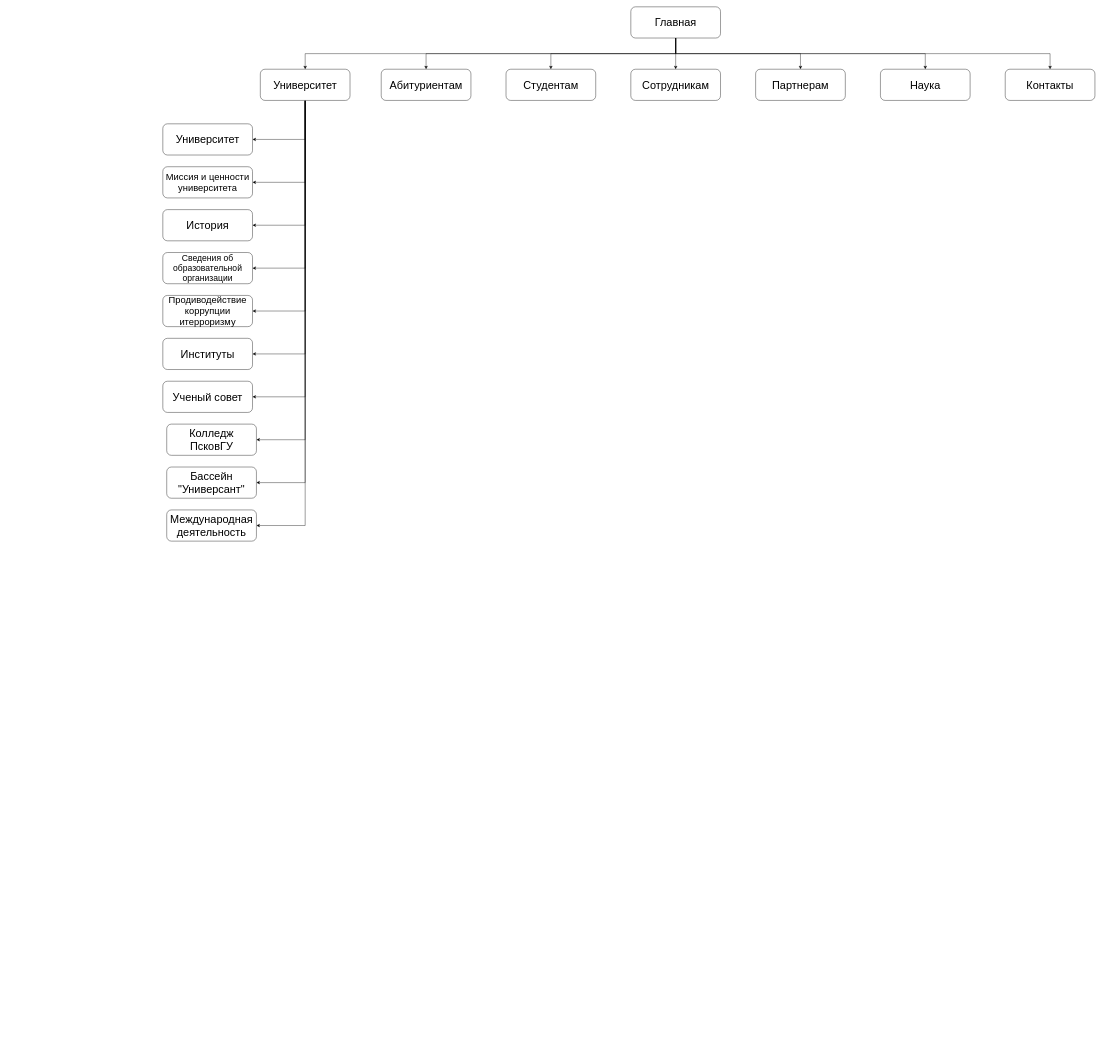
The draw.io diagram Диаграмма без названия.drawio in maestro089/reactjs-main, before the edit. Source tidied: cells renumbered, new cells numbered last; positions are measured from the earlier drawing's top-left corner, leaving out a move shared by most shapes. Both pictures are drawn from the tidied source at 39%, with x=0, y=0 at pixel (163, 7).
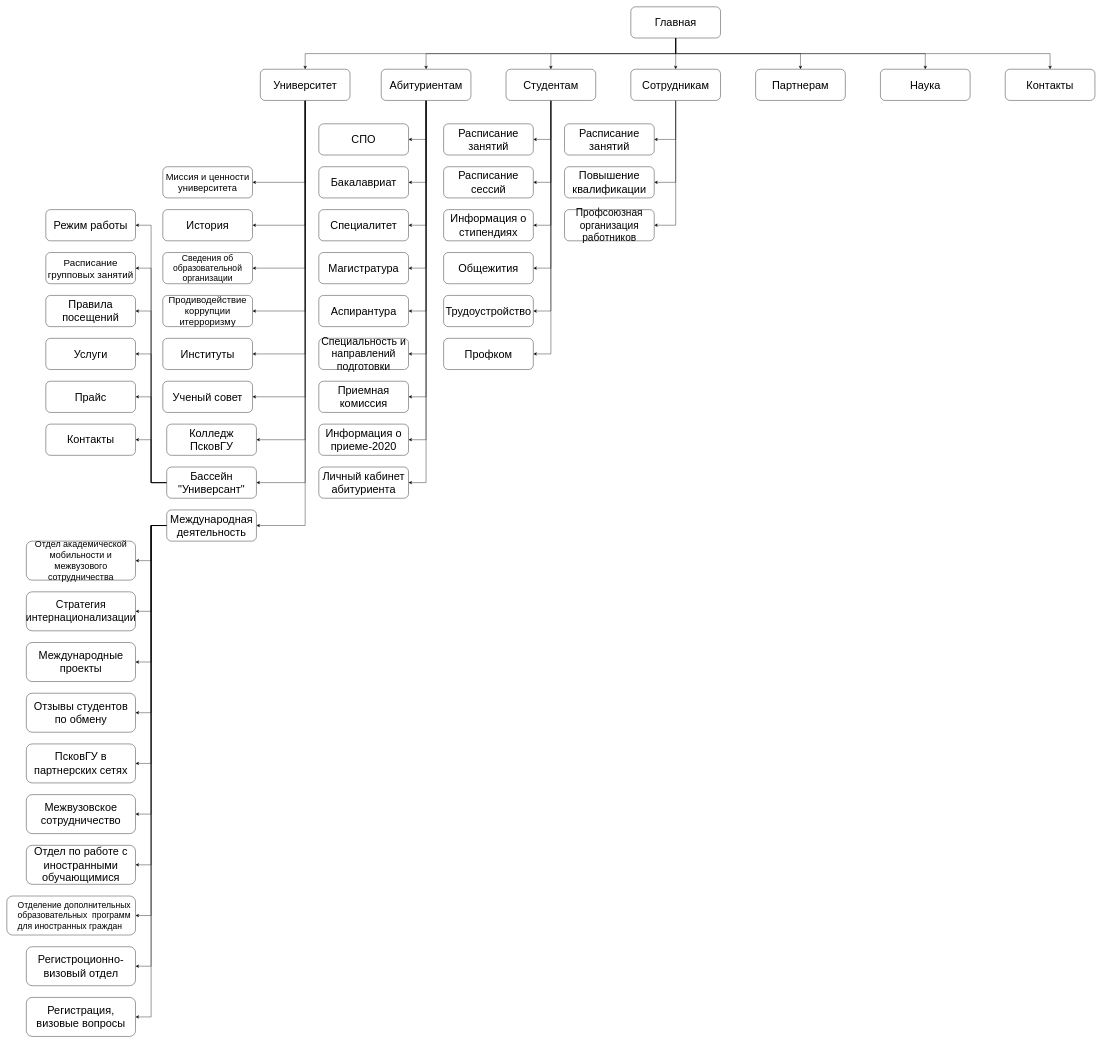
After the change.

The change refers to these unchanged cells:
```xml
<mxCell id="10" value="&lt;font style=&quot;font-size: 28px;&quot;&gt;Абитуриентам&lt;/font&gt;" style="rounded=1;whiteSpace=wrap;html=1;" parent="1" vertex="1">
  <mxGeometry x="560" y="160" width="230" height="80" as="geometry" />
</mxCell>
<mxCell id="11" value="&lt;font style=&quot;font-size: 28px;&quot;&gt;Студентам&lt;/font&gt;" style="rounded=1;whiteSpace=wrap;html=1;" parent="1" vertex="1">
  <mxGeometry x="880" y="160" width="230" height="80" as="geometry" />
</mxCell>
<mxCell id="12" value="&lt;font style=&quot;font-size: 28px;&quot;&gt;Сотрудникам&lt;/font&gt;" style="rounded=1;whiteSpace=wrap;html=1;" parent="1" vertex="1">
  <mxGeometry x="1200" y="160" width="230" height="80" as="geometry" />
</mxCell>
<mxCell id="26" value="&lt;font style=&quot;font-size: 28px;&quot;&gt;Университет&lt;/font&gt;" style="rounded=1;whiteSpace=wrap;html=1;" parent="1" vertex="1">
  <mxGeometry x="250" y="160" width="230" height="80" as="geometry" />
</mxCell>
<mxCell id="35" value="&lt;font style=&quot;font-size: 28px;&quot;&gt;Бассейн &quot;Универсант&quot;&lt;/font&gt;" style="rounded=1;whiteSpace=wrap;html=1;" parent="1" vertex="1">
  <mxGeometry x="10" y="1180" width="230" height="80" as="geometry" />
</mxCell>
<mxCell id="36" value="&lt;font style=&quot;font-size: 28px;&quot;&gt;Международная деятельность&lt;/font&gt;" style="rounded=1;whiteSpace=wrap;html=1;" parent="1" vertex="1">
  <mxGeometry x="10" y="1290" width="230" height="80" as="geometry" />
</mxCell>
```

Diff of the diagram source:
```diff
@@
+    <mxCell id="37" style="edgeStyle=orthogonalEdgeStyle;rounded=0;jettySize=auto;html=1;exitX=0.5;exitY=1;exitDx=0;exitDy=0;entryX=1;entryY=0.5;entryDx=0;entryDy=0;fontFamily=Helvetica;fontSize=27;fontColor=#000000;" parent="1" edge="1" source="10" target="95">
+      <mxGeometry relative="1" as="geometry" />
+    </mxCell>
+    <mxCell id="38" style="edgeStyle=orthogonalEdgeStyle;rounded=0;jettySize=auto;html=1;exitX=0.5;exitY=1;exitDx=0;exitDy=0;entryX=1;entryY=0.5;entryDx=0;entryDy=0;fontFamily=Helvetica;fontSize=27;fontColor=#000000;" parent="1" edge="1" source="10" target="94">
+      <mxGeometry relative="1" as="geometry" />
+    </mxCell>
+    <mxCell id="39" style="edgeStyle=orthogonalEdgeStyle;rounded=0;jettySize=auto;html=1;exitX=0.5;exitY=1;exitDx=0;exitDy=0;entryX=1;entryY=0.5;entryDx=0;entryDy=0;fontFamily=Helvetica;fontSize=27;fontColor=#000000;" parent="1" edge="1" source="10" target="93">
+      <mxGeometry relative="1" as="geometry" />
+    </mxCell>
+    <mxCell id="40" style="edgeStyle=orthogonalEdgeStyle;rounded=0;jettySize=auto;html=1;exitX=0.5;exitY=1;exitDx=0;exitDy=0;entryX=1;entryY=0.5;entryDx=0;entryDy=0;fontFamily=Helvetica;fontSize=27;fontColor=#000000;" parent="1" edge="1" source="10" target="92">
+      <mxGeometry relative="1" as="geometry" />
+    </mxCell>
+    <mxCell id="41" style="edgeStyle=orthogonalEdgeStyle;rounded=0;jettySize=auto;html=1;exitX=0.5;exitY=1;exitDx=0;exitDy=0;entryX=1;entryY=0.5;entryDx=0;entryDy=0;fontFamily=Helvetica;fontSize=27;fontColor=#000000;" parent="1" edge="1" source="10" target="91">
+      <mxGeometry relative="1" as="geometry" />
+    </mxCell>
+    <mxCell id="42" style="edgeStyle=orthogonalEdgeStyle;rounded=0;jettySize=auto;html=1;exitX=0.5;exitY=1;exitDx=0;exitDy=0;entryX=1;entryY=0.5;entryDx=0;entryDy=0;fontFamily=Helvetica;fontSize=27;fontColor=#000000;" parent="1" edge="1" source="10" target="90">
+      <mxGeometry relative="1" as="geometry" />
+    </mxCell>
+    <mxCell id="43" style="edgeStyle=orthogonalEdgeStyle;rounded=0;jettySize=auto;html=1;exitX=0.5;exitY=1;exitDx=0;exitDy=0;entryX=1;entryY=0.5;entryDx=0;entryDy=0;fontFamily=Helvetica;fontSize=27;fontColor=#000000;" parent="1" edge="1" source="10" target="89">
+      <mxGeometry relative="1" as="geometry" />
+    </mxCell>
+    <mxCell id="44" style="edgeStyle=orthogonalEdgeStyle;rounded=0;jettySize=auto;html=1;exitX=0.5;exitY=1;exitDx=0;exitDy=0;entryX=1;entryY=0.5;entryDx=0;entryDy=0;fontFamily=Helvetica;fontSize=27;fontColor=#000000;" parent="1" edge="1" source="10" target="87">
+      <mxGeometry relative="1" as="geometry" />
+    </mxCell>
+    <mxCell id="45" style="edgeStyle=orthogonalEdgeStyle;rounded=0;jettySize=auto;html=1;exitX=0.5;exitY=1;exitDx=0;exitDy=0;entryX=1;entryY=0.5;entryDx=0;entryDy=0;fontFamily=Helvetica;fontSize=27;fontColor=#000000;" parent="1" edge="1" source="10" target="88">
+      <mxGeometry relative="1" as="geometry" />
+    </mxCell>
@@
+    <mxCell id="46" style="edgeStyle=orthogonalEdgeStyle;rounded=0;jettySize=auto;html=1;exitX=0.5;exitY=1;exitDx=0;exitDy=0;entryX=1;entryY=0.5;entryDx=0;entryDy=0;fontFamily=Helvetica;fontSize=27;fontColor=#000000;" parent="1" edge="1" source="11" target="101">
+      <mxGeometry relative="1" as="geometry" />
+    </mxCell>
+    <mxCell id="47" style="edgeStyle=orthogonalEdgeStyle;rounded=0;jettySize=auto;html=1;exitX=0.5;exitY=1;exitDx=0;exitDy=0;entryX=1;entryY=0.5;entryDx=0;entryDy=0;fontFamily=Helvetica;fontSize=27;fontColor=#000000;" parent="1" edge="1" source="11" target="100">
+      <mxGeometry relative="1" as="geometry" />
+    </mxCell>
+    <mxCell id="48" style="edgeStyle=orthogonalEdgeStyle;rounded=0;jettySize=auto;html=1;exitX=0.5;exitY=1;exitDx=0;exitDy=0;entryX=1;entryY=0.5;entryDx=0;entryDy=0;fontFamily=Helvetica;fontSize=27;fontColor=#000000;" parent="1" edge="1" source="11" target="99">
+      <mxGeometry relative="1" as="geometry" />
+    </mxCell>
+    <mxCell id="49" style="edgeStyle=orthogonalEdgeStyle;rounded=0;jettySize=auto;html=1;exitX=0.5;exitY=1;exitDx=0;exitDy=0;entryX=1;entryY=0.5;entryDx=0;entryDy=0;fontFamily=Helvetica;fontSize=27;fontColor=#000000;" parent="1" edge="1" source="11" target="98">
+      <mxGeometry relative="1" as="geometry" />
+    </mxCell>
+    <mxCell id="50" style="edgeStyle=orthogonalEdgeStyle;rounded=0;jettySize=auto;html=1;exitX=0.5;exitY=1;exitDx=0;exitDy=0;entryX=1;entryY=0.5;entryDx=0;entryDy=0;fontFamily=Helvetica;fontSize=27;fontColor=#000000;" parent="1" edge="1" source="11" target="97">
+      <mxGeometry relative="1" as="geometry" />
+    </mxCell>
+    <mxCell id="51" style="edgeStyle=orthogonalEdgeStyle;rounded=0;jettySize=auto;html=1;exitX=0.5;exitY=1;exitDx=0;exitDy=0;entryX=1;entryY=0.5;entryDx=0;entryDy=0;fontFamily=Helvetica;fontSize=27;fontColor=#000000;" parent="1" edge="1" source="11" target="96">
+      <mxGeometry relative="1" as="geometry" />
+    </mxCell>
@@
+    <mxCell id="52" style="edgeStyle=orthogonalEdgeStyle;rounded=0;jettySize=auto;html=1;exitX=0.5;exitY=1;exitDx=0;exitDy=0;entryX=1;entryY=0.5;entryDx=0;entryDy=0;fontFamily=Helvetica;fontSize=26;fontColor=#000000;" parent="1" edge="1" source="12" target="104">
+      <mxGeometry relative="1" as="geometry" />
+    </mxCell>
+    <mxCell id="53" style="edgeStyle=orthogonalEdgeStyle;rounded=0;jettySize=auto;html=1;exitX=0.5;exitY=1;exitDx=0;exitDy=0;entryX=1;entryY=0.5;entryDx=0;entryDy=0;fontFamily=Helvetica;fontSize=26;fontColor=#000000;" parent="1" edge="1" source="12" target="103">
+      <mxGeometry relative="1" as="geometry" />
+    </mxCell>
+    <mxCell id="54" style="edgeStyle=orthogonalEdgeStyle;rounded=0;jettySize=auto;html=1;exitX=0.5;exitY=1;exitDx=0;exitDy=0;entryX=1;entryY=0.5;entryDx=0;entryDy=0;fontFamily=Helvetica;fontSize=26;fontColor=#000000;" parent="1" edge="1" source="12" target="102">
+      <mxGeometry relative="1" as="geometry" />
+    </mxCell>
@@
-    <mxCell id="25" style="edgeStyle=orthogonalEdgeStyle;rounded=0;jettySize=auto;html=1;exitX=0.5;exitY=1;exitDx=0;exitDy=0;entryX=1;entryY=0.5;entryDx=0;entryDy=0;fontSize=24;" parent="1" edge="1" source="26" target="27">
-      <mxGeometry relative="1" as="geometry" />
-    </mxCell>
@@
-    <mxCell id="27" value="&lt;font style=&quot;font-size: 28px;&quot;&gt;Университет&lt;/font&gt;" style="rounded=1;whiteSpace=wrap;html=1;" parent="1" vertex="1">
-      <mxGeometry y="300" width="230" height="80" as="geometry" />
-    </mxCell>
@@
+    <mxCell id="55" style="edgeStyle=orthogonalEdgeStyle;rounded=0;jettySize=auto;html=1;exitX=0;exitY=0.5;exitDx=0;exitDy=0;entryX=1;entryY=0.5;entryDx=0;entryDy=0;fontSize=25;" parent="1" edge="1" source="35" target="76">
+      <mxGeometry relative="1" as="geometry" />
+    </mxCell>
+    <mxCell id="56" style="edgeStyle=orthogonalEdgeStyle;rounded=0;jettySize=auto;html=1;exitX=0;exitY=0.5;exitDx=0;exitDy=0;entryX=1;entryY=0.5;entryDx=0;entryDy=0;fontSize=25;" parent="1" edge="1" source="35" target="75">
+      <mxGeometry relative="1" as="geometry" />
+    </mxCell>
+    <mxCell id="57" style="edgeStyle=orthogonalEdgeStyle;rounded=0;jettySize=auto;html=1;exitX=0;exitY=0.5;exitDx=0;exitDy=0;entryX=1;entryY=0.5;entryDx=0;entryDy=0;fontSize=25;" parent="1" edge="1" source="35" target="74">
+      <mxGeometry relative="1" as="geometry" />
+    </mxCell>
+    <mxCell id="58" style="edgeStyle=orthogonalEdgeStyle;rounded=0;jettySize=auto;html=1;exitX=0;exitY=0.5;exitDx=0;exitDy=0;entryX=1;entryY=0.5;entryDx=0;entryDy=0;fontSize=25;" parent="1" edge="1" source="35" target="73">
+      <mxGeometry relative="1" as="geometry" />
+    </mxCell>
+    <mxCell id="59" style="edgeStyle=orthogonalEdgeStyle;rounded=0;jettySize=auto;html=1;exitX=0;exitY=0.5;exitDx=0;exitDy=0;entryX=1;entryY=0.5;entryDx=0;entryDy=0;fontSize=25;" parent="1" edge="1" source="35" target="72">
+      <mxGeometry relative="1" as="geometry" />
+    </mxCell>
+    <mxCell id="60" style="edgeStyle=orthogonalEdgeStyle;rounded=0;jettySize=auto;html=1;exitX=0;exitY=0.5;exitDx=0;exitDy=0;entryX=1;entryY=0.5;entryDx=0;entryDy=0;fontSize=25;" parent="1" edge="1" source="35" target="71">
+      <mxGeometry relative="1" as="geometry" />
+    </mxCell>
@@
+    <mxCell id="61" style="edgeStyle=orthogonalEdgeStyle;rounded=0;jettySize=auto;html=1;exitX=0;exitY=0.5;exitDx=0;exitDy=0;entryX=1;entryY=0.5;entryDx=0;entryDy=0;fontFamily=Helvetica;fontSize=22;fontColor=#000000;" parent="1" edge="1" source="36" target="77">
+      <mxGeometry relative="1" as="geometry" />
+    </mxCell>
+    <mxCell id="62" style="edgeStyle=orthogonalEdgeStyle;rounded=0;jettySize=auto;html=1;exitX=0;exitY=0.5;exitDx=0;exitDy=0;entryX=1;entryY=0.5;entryDx=0;entryDy=0;fontFamily=Helvetica;fontSize=22;fontColor=#000000;" parent="1" edge="1" source="36" target="78">
+      <mxGeometry relative="1" as="geometry" />
+    </mxCell>
+    <mxCell id="63" style="edgeStyle=orthogonalEdgeStyle;rounded=0;jettySize=auto;html=1;exitX=0;exitY=0.5;exitDx=0;exitDy=0;entryX=1;entryY=0.5;entryDx=0;entryDy=0;fontFamily=Helvetica;fontSize=22;fontColor=#000000;" parent="1" edge="1" source="36" target="79">
+      <mxGeometry relative="1" as="geometry" />
+    </mxCell>
+    <mxCell id="64" style="edgeStyle=orthogonalEdgeStyle;rounded=0;jettySize=auto;html=1;exitX=0;exitY=0.5;exitDx=0;exitDy=0;entryX=1;entryY=0.5;entryDx=0;entryDy=0;fontFamily=Helvetica;fontSize=22;fontColor=#000000;" parent="1" edge="1" source="36" target="80">
+      <mxGeometry relative="1" as="geometry" />
+    </mxCell>
+    <mxCell id="65" style="edgeStyle=orthogonalEdgeStyle;rounded=0;jettySize=auto;html=1;exitX=0;exitY=0.5;exitDx=0;exitDy=0;entryX=1;entryY=0.5;entryDx=0;entryDy=0;fontFamily=Helvetica;fontSize=22;fontColor=#000000;" parent="1" edge="1" source="36" target="81">
+      <mxGeometry relative="1" as="geometry" />
+    </mxCell>
+    <mxCell id="66" style="edgeStyle=orthogonalEdgeStyle;rounded=0;jettySize=auto;html=1;exitX=0;exitY=0.5;exitDx=0;exitDy=0;entryX=1;entryY=0.5;entryDx=0;entryDy=0;fontFamily=Helvetica;fontSize=22;fontColor=#000000;" parent="1" edge="1" source="36" target="82">
+      <mxGeometry relative="1" as="geometry" />
+    </mxCell>
+    <mxCell id="67" style="edgeStyle=orthogonalEdgeStyle;rounded=0;jettySize=auto;html=1;exitX=0;exitY=0.5;exitDx=0;exitDy=0;entryX=1;entryY=0.5;entryDx=0;entryDy=0;fontFamily=Helvetica;fontSize=22;fontColor=#000000;" parent="1" edge="1" source="36" target="83">
+      <mxGeometry relative="1" as="geometry" />
+    </mxCell>
+    <mxCell id="68" style="edgeStyle=orthogonalEdgeStyle;rounded=0;jettySize=auto;html=1;exitX=0;exitY=0.5;exitDx=0;exitDy=0;entryX=1;entryY=0.5;entryDx=0;entryDy=0;fontFamily=Helvetica;fontSize=22;fontColor=#000000;" parent="1" edge="1" source="36" target="84">
+      <mxGeometry relative="1" as="geometry" />
+    </mxCell>
+    <mxCell id="69" style="edgeStyle=orthogonalEdgeStyle;rounded=0;jettySize=auto;html=1;exitX=0;exitY=0.5;exitDx=0;exitDy=0;entryX=1;entryY=0.5;entryDx=0;entryDy=0;fontFamily=Helvetica;fontSize=22;fontColor=#000000;" parent="1" edge="1" source="36" target="85">
+      <mxGeometry relative="1" as="geometry" />
+    </mxCell>
+    <mxCell id="70" style="edgeStyle=orthogonalEdgeStyle;rounded=0;jettySize=auto;html=1;exitX=0;exitY=0.5;exitDx=0;exitDy=0;entryX=1;entryY=0.5;entryDx=0;entryDy=0;fontFamily=Helvetica;fontSize=22;fontColor=#000000;" parent="1" edge="1" source="36" target="86">
+      <mxGeometry relative="1" as="geometry" />
+    </mxCell>
@@
+    <mxCell id="71" value="&lt;font style=&quot;font-size: 28px;&quot;&gt;Контакты&lt;/font&gt;" style="rounded=1;whiteSpace=wrap;html=1;" parent="1" vertex="1">
+      <mxGeometry x="-300" y="1070" width="230" height="80" as="geometry" />
+    </mxCell>
+    <mxCell id="72" value="&lt;font style=&quot;font-size: 28px;&quot;&gt;Прайс&lt;/font&gt;" style="rounded=1;whiteSpace=wrap;html=1;" parent="1" vertex="1">
+      <mxGeometry x="-300" y="960" width="230" height="80" as="geometry" />
+    </mxCell>
+    <mxCell id="73" value="&lt;font style=&quot;font-size: 28px;&quot;&gt;Услуги&lt;/font&gt;" style="rounded=1;whiteSpace=wrap;html=1;" parent="1" vertex="1">
+      <mxGeometry x="-300" y="850" width="230" height="80" as="geometry" />
+    </mxCell>
+    <mxCell id="74" value="&lt;font style=&quot;font-size: 28px;&quot;&gt;Правила посещений&lt;/font&gt;" style="rounded=1;whiteSpace=wrap;html=1;" parent="1" vertex="1">
+      <mxGeometry x="-300" y="740" width="230" height="80" as="geometry" />
+    </mxCell>
+    <mxCell id="75" value="&lt;font style=&quot;font-size: 25px;&quot;&gt;Расписание групповых занятий&lt;/font&gt;" style="rounded=1;whiteSpace=wrap;html=1;" parent="1" vertex="1">
+      <mxGeometry x="-300" y="630" width="230" height="80" as="geometry" />
+    </mxCell>
+    <mxCell id="76" value="&lt;font style=&quot;font-size: 28px;&quot;&gt;Режим работы&lt;/font&gt;" style="rounded=1;whiteSpace=wrap;html=1;" parent="1" vertex="1">
+      <mxGeometry x="-300" y="520" width="230" height="80" as="geometry" />
+    </mxCell>
+    <mxCell id="77" value="&lt;font style=&quot;font-size: 23px;&quot;&gt;Отдел академической мобильности и межвузового сотрудничества&lt;/font&gt;" style="rounded=1;whiteSpace=wrap;html=1;" parent="1" vertex="1">
+      <mxGeometry x="-350" y="1370" width="280" height="100" as="geometry" />
+    </mxCell>
+    <mxCell id="78" value="&lt;font style=&quot;font-size: 27px;&quot;&gt;Стратегия интернационализации&lt;/font&gt;" style="rounded=1;whiteSpace=wrap;html=1;" parent="1" vertex="1">
+      <mxGeometry x="-350" y="1500" width="280" height="100" as="geometry" />
+    </mxCell>
+    <mxCell id="79" value="&lt;font style=&quot;font-size: 28px;&quot;&gt;Международные проекты&lt;/font&gt;" style="rounded=1;whiteSpace=wrap;html=1;" parent="1" vertex="1">
+      <mxGeometry x="-350" y="1630" width="280" height="100" as="geometry" />
+    </mxCell>
+    <mxCell id="80" value="&lt;font style=&quot;font-size: 28px;&quot;&gt;Отзывы студентов по обмену&lt;/font&gt;" style="rounded=1;whiteSpace=wrap;html=1;" parent="1" vertex="1">
+      <mxGeometry x="-350" y="1760" width="280" height="100" as="geometry" />
+    </mxCell>
+    <mxCell id="81" value="&lt;font style=&quot;font-size: 28px;&quot;&gt;ПсковГУ в партнерских сетях&lt;/font&gt;" style="rounded=1;whiteSpace=wrap;html=1;" parent="1" vertex="1">
+      <mxGeometry x="-350" y="1890" width="280" height="100" as="geometry" />
+    </mxCell>
+    <mxCell id="82" value="&lt;font style=&quot;font-size: 28px;&quot;&gt;Межвузовское сотрудничество&lt;/font&gt;" style="rounded=1;whiteSpace=wrap;html=1;" parent="1" vertex="1">
+      <mxGeometry x="-350" y="2020" width="280" height="100" as="geometry" />
+    </mxCell>
+    <mxCell id="83" value="&lt;font style=&quot;font-size: 28px;&quot;&gt;Отдел по работе с иностранными обучающимися&lt;/font&gt;" style="rounded=1;whiteSpace=wrap;html=1;" parent="1" vertex="1">
+      <mxGeometry x="-350" y="2150" width="280" height="100" as="geometry" />
+    </mxCell>
+    <mxCell id="84" value="&lt;font style=&quot;box-sizing: border-box; text-decoration-line: none; background-color: rgba(255, 255, 255, 0.05); width: 306px; display: flex; align-items: center; justify-content: space-between; cursor: pointer; border-color: rgba(0, 0, 0, 0.12); outline: none !important; padding: 1rem 0rem 1rem 1rem !important;&quot; color=&quot;#000000&quot;&gt;&lt;font style=&quot;text-align: justify;&quot;&gt;&lt;font style=&quot;font-size: 22px;&quot;&gt;Отделение дополнительных образовательных программ для иностранных граждан&lt;/font&gt;&lt;/font&gt;&lt;/font&gt;" style="rounded=1;whiteSpace=wrap;html=1;align=center;" parent="1" vertex="1">
+      <mxGeometry x="-400" y="2280" width="330" height="100" as="geometry" />
+    </mxCell>
+    <mxCell id="85" value="&lt;font style=&quot;font-size: 28px;&quot;&gt;Регистроционно-визовый отдел&lt;/font&gt;" style="rounded=1;whiteSpace=wrap;html=1;" parent="1" vertex="1">
+      <mxGeometry x="-350" y="2410" width="280" height="100" as="geometry" />
+    </mxCell>
+    <mxCell id="86" value="&lt;font style=&quot;font-size: 28px;&quot;&gt;Регистрация, визовые вопросы&lt;/font&gt;" style="rounded=1;whiteSpace=wrap;html=1;" parent="1" vertex="1">
+      <mxGeometry x="-350" y="2540" width="280" height="100" as="geometry" />
+    </mxCell>
+    <mxCell id="87" value="&lt;font style=&quot;font-size: 28px;&quot;&gt;Бакалавриат&lt;/font&gt;" style="rounded=1;whiteSpace=wrap;html=1;" parent="1" vertex="1">
+      <mxGeometry x="400" y="410" width="230" height="80" as="geometry" />
+    </mxCell>
+    <mxCell id="88" value="&lt;font style=&quot;font-size: 28px;&quot;&gt;СПО&lt;/font&gt;" style="rounded=1;whiteSpace=wrap;html=1;" parent="1" vertex="1">
+      <mxGeometry x="400" y="300" width="230" height="80" as="geometry" />
+    </mxCell>
+    <mxCell id="89" value="&lt;font style=&quot;font-size: 28px;&quot;&gt;Специалитет&lt;/font&gt;" style="rounded=1;whiteSpace=wrap;html=1;" parent="1" vertex="1">
+      <mxGeometry x="400" y="520" width="230" height="80" as="geometry" />
+    </mxCell>
+    <mxCell id="90" value="&lt;font style=&quot;font-size: 28px;&quot;&gt;Магистратура&lt;/font&gt;" style="rounded=1;whiteSpace=wrap;html=1;" parent="1" vertex="1">
+      <mxGeometry x="400" y="630" width="230" height="80" as="geometry" />
+    </mxCell>
+    <mxCell id="91" value="&lt;font style=&quot;font-size: 28px;&quot;&gt;Аспирантура&lt;/font&gt;" style="rounded=1;whiteSpace=wrap;html=1;" parent="1" vertex="1">
+      <mxGeometry x="400" y="740" width="230" height="80" as="geometry" />
+    </mxCell>
+    <mxCell id="92" value="&lt;font style=&quot;font-size: 27px;&quot;&gt;Специальность и направлений подготовки&lt;/font&gt;" style="rounded=1;whiteSpace=wrap;html=1;" parent="1" vertex="1">
+      <mxGeometry x="400" y="850" width="230" height="80" as="geometry" />
+    </mxCell>
+    <mxCell id="93" value="&lt;font style=&quot;font-size: 28px;&quot;&gt;Приемная комиссия&lt;/font&gt;" style="rounded=1;whiteSpace=wrap;html=1;" parent="1" vertex="1">
+      <mxGeometry x="400" y="960" width="230" height="80" as="geometry" />
+    </mxCell>
+    <mxCell id="94" value="&lt;font style=&quot;font-size: 28px;&quot;&gt;Информация о приеме-2020&lt;/font&gt;" style="rounded=1;whiteSpace=wrap;html=1;" parent="1" vertex="1">
+      <mxGeometry x="400" y="1070" width="230" height="80" as="geometry" />
+    </mxCell>
+    <mxCell id="95" value="&lt;font style=&quot;font-size: 28px;&quot;&gt;Личный кабинет абитуриента&lt;/font&gt;" style="rounded=1;whiteSpace=wrap;html=1;" parent="1" vertex="1">
+      <mxGeometry x="400" y="1180" width="230" height="80" as="geometry" />
+    </mxCell>
+    <mxCell id="96" value="&lt;font style=&quot;font-size: 28px;&quot;&gt;Расписание занятий&lt;/font&gt;" style="rounded=1;whiteSpace=wrap;html=1;" parent="1" vertex="1">
+      <mxGeometry x="720" y="300" width="230" height="80" as="geometry" />
+    </mxCell>
+    <mxCell id="97" value="&lt;font style=&quot;font-size: 28px;&quot;&gt;Расписание сессий&lt;/font&gt;" style="rounded=1;whiteSpace=wrap;html=1;" parent="1" vertex="1">
+      <mxGeometry x="720" y="410" width="230" height="80" as="geometry" />
+    </mxCell>
+    <mxCell id="98" value="&lt;font style=&quot;font-size: 28px;&quot;&gt;Информация о стипендиях&lt;/font&gt;" style="rounded=1;whiteSpace=wrap;html=1;" parent="1" vertex="1">
+      <mxGeometry x="720" y="520" width="230" height="80" as="geometry" />
+    </mxCell>
+    <mxCell id="99" value="&lt;font style=&quot;font-size: 28px;&quot;&gt;Общежития&lt;/font&gt;" style="rounded=1;whiteSpace=wrap;html=1;" parent="1" vertex="1">
+      <mxGeometry x="720" y="630" width="230" height="80" as="geometry" />
+    </mxCell>
+    <mxCell id="100" value="&lt;font style=&quot;font-size: 28px;&quot;&gt;Трудоустройство&lt;/font&gt;" style="rounded=1;whiteSpace=wrap;html=1;" parent="1" vertex="1">
+      <mxGeometry x="720" y="740" width="230" height="80" as="geometry" />
+    </mxCell>
+    <mxCell id="101" value="&lt;font style=&quot;font-size: 28px;&quot;&gt;Профком&lt;/font&gt;" style="rounded=1;whiteSpace=wrap;html=1;" parent="1" vertex="1">
+      <mxGeometry x="720" y="850" width="230" height="80" as="geometry" />
+    </mxCell>
+    <mxCell id="102" value="&lt;font style=&quot;font-size: 28px;&quot;&gt;Расписание занятий&lt;/font&gt;" style="rounded=1;whiteSpace=wrap;html=1;" parent="1" vertex="1">
+      <mxGeometry x="1030" y="300" width="230" height="80" as="geometry" />
+    </mxCell>
+    <mxCell id="103" value="&lt;font style=&quot;font-size: 28px;&quot;&gt;Повышение квалификации&lt;/font&gt;" style="rounded=1;whiteSpace=wrap;html=1;" parent="1" vertex="1">
+      <mxGeometry x="1030" y="410" width="230" height="80" as="geometry" />
+    </mxCell>
+    <mxCell id="104" value="&lt;font style=&quot;font-size: 26px;&quot;&gt;Профсоюзная организация работников&lt;/font&gt;" style="rounded=1;whiteSpace=wrap;html=1;" parent="1" vertex="1">
+      <mxGeometry x="1030" y="520" width="230" height="80" as="geometry" />
+    </mxCell>
```
